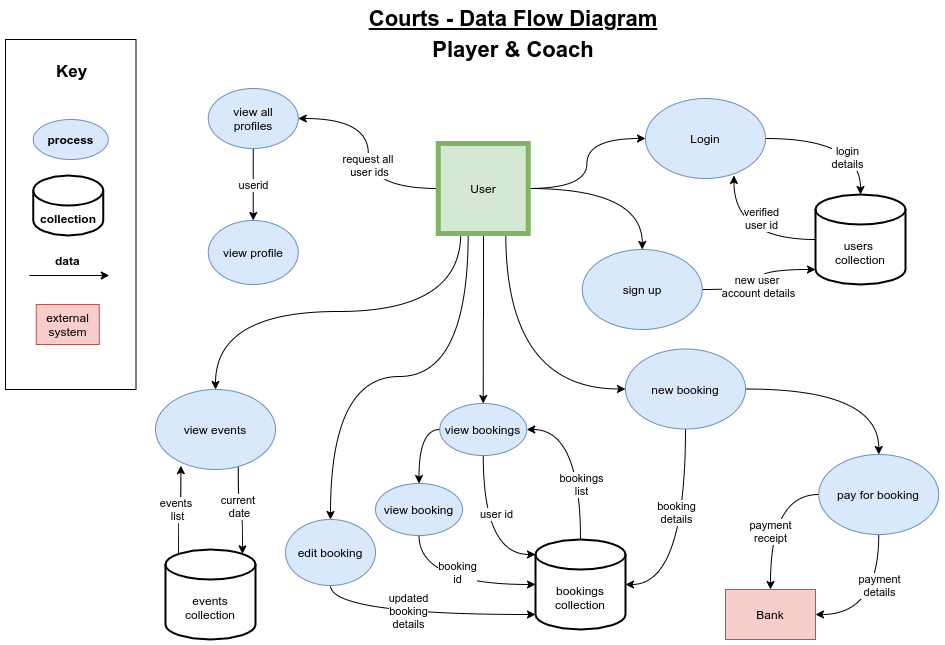
TEAM-HL/T3A2-A keeps this draw.io diagram as docs/diagrams/DataFlowDiagram_player_coach.png. Above is the earlier version. Source tidied: cells renumbered, new cells last; positions are measured from the earlier drawing's top-left corner, leaving out a move shared by most shapes.
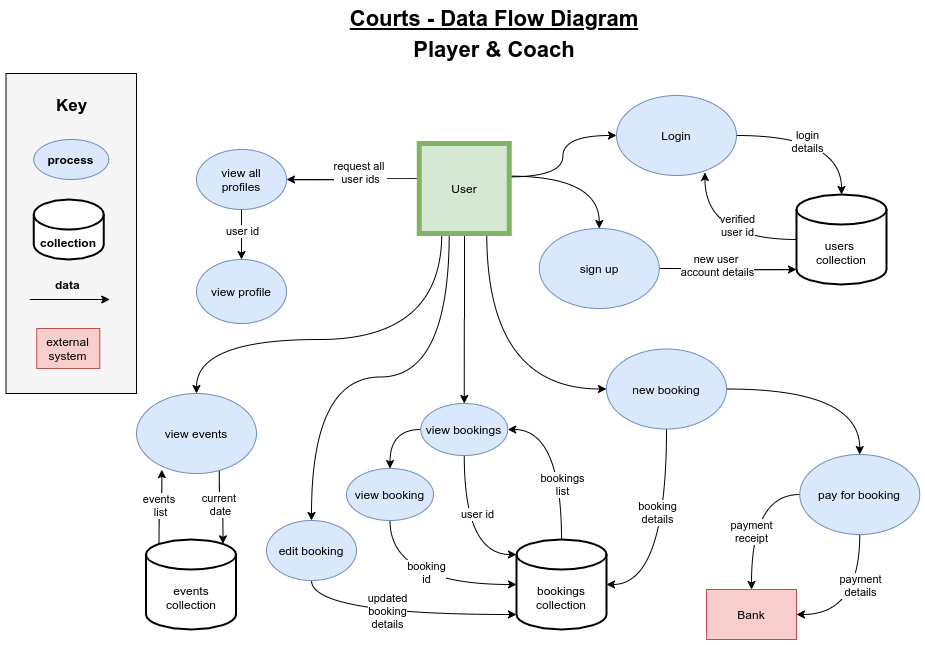
Later version of the same file.

Commit message:
added functionality. minor changes to diagrams

What changed in the source:
```diff
@@ -2,17 +2,22 @@
   <root>
     <mxCell id="0" />
     <mxCell id="1" parent="0" />
-    <mxCell id="2" style="rounded=0;whiteSpace=wrap;html=1;" parent="1" vertex="1">
-      <mxGeometry y="31" width="130.5" height="350" as="geometry" />
+    <mxCell id="2" style="rounded=0;whiteSpace=wrap;html=1;fillColor=#f5f5f5;" parent="1" vertex="1">
+      <mxGeometry x="19.5" y="65" width="130.5" height="320" as="geometry" />
     </mxCell>
-    <mxCell id="3" style="edgeStyle=orthogonalEdgeStyle;jettySize=auto;html=1;curved=1;" parent="1" edge="1" source="11" target="14">
+    <mxCell id="3" style="edgeStyle=orthogonalEdgeStyle;jettySize=auto;html=1;curved=1;exitX=0.99;exitY=0.371;exitDx=0;exitDy=0;exitPerimeter=0;" parent="1" edge="1" source="11" target="14">
       <mxGeometry relative="1" as="geometry" />
     </mxCell>
-    <mxCell id="4" style="edgeStyle=orthogonalEdgeStyle;curved=1;jettySize=auto;html=1;entryX=0.5;entryY=0;entryDx=0;entryDy=0;" parent="1" edge="1" source="11" target="27">
+    <mxCell id="4" style="edgeStyle=orthogonalEdgeStyle;curved=1;jettySize=auto;html=1;entryX=0.5;entryY=0;entryDx=0;entryDy=0;exitX=0.99;exitY=0.362;exitDx=0;exitDy=0;exitPerimeter=0;" parent="1" edge="1" source="11" target="27">
       <mxGeometry relative="1" as="geometry" />
     </mxCell>
     <mxCell id="5" style="edgeStyle=orthogonalEdgeStyle;curved=1;jettySize=auto;html=1;exitX=0.25;exitY=1;exitDx=0;exitDy=0;" parent="1" edge="1" source="11" target="32">
-      <mxGeometry relative="1" as="geometry" />
+      <mxGeometry relative="1" as="geometry">
+        <Array as="points">
+          <mxPoint x="455" y="331" />
+          <mxPoint x="210" y="331" />
+        </Array>
+      </mxGeometry>
     </mxCell>
     <mxCell id="6" style="edgeStyle=orthogonalEdgeStyle;curved=1;jettySize=auto;html=1;exitX=0.75;exitY=1;exitDx=0;exitDy=0;entryX=0;entryY=0.5;entryDx=0;entryDy=0;" parent="1" edge="1" source="11" target="54">
       <mxGeometry relative="1" as="geometry" />
@@ -25,11 +30,13 @@
         <mxPoint x="478" y="226" as="sourcePoint" />
       </mxGeometry>
     </mxCell>
-    <mxCell id="9" style="edgeStyle=orthogonalEdgeStyle;curved=1;jettySize=auto;html=1;entryX=1;entryY=0.5;entryDx=0;entryDy=0;startArrow=none;startFill=0;endArrow=classic;endFill=1;" parent="1" edge="1" source="11" target="60">
+    <mxCell id="9" style="edgeStyle=orthogonalEdgeStyle;curved=1;jettySize=auto;html=1;entryX=1;entryY=0.5;entryDx=0;entryDy=0;startArrow=none;startFill=0;endArrow=classic;endFill=1;exitX=-0.005;exitY=0.391;exitDx=0;exitDy=0;exitPerimeter=0;" parent="1" edge="1" source="11" target="60">
       <mxGeometry relative="1" as="geometry" />
     </mxCell>
     <mxCell id="10" value="request all &lt;br&gt;user ids" style="edgeLabel;html=1;align=center;verticalAlign=middle;" parent="9" vertex="1">
-      <mxGeometry x="-0.11" y="-1" relative="1" as="geometry" />
+      <mxGeometry x="-0.11" y="-1" relative="1" as="geometry">
+        <mxPoint y="-6" as="offset" />
+      </mxGeometry>
     </mxCell>
     <mxCell id="11" value="User" style="whiteSpace=wrap;html=1;fillColor=#d5e8d4;strokeColor=#82b366;strokeWidth=5;" parent="1" vertex="1">
       <mxGeometry x="432.8" y="135" width="90" height="90" as="geometry" />
@@ -38,10 +45,12 @@
       <mxGeometry relative="1" as="geometry" />
     </mxCell>
     <mxCell id="13" value="login&lt;br&gt;details" style="edgeLabel;html=1;align=center;verticalAlign=middle;" parent="12" vertex="1">
-      <mxGeometry x="0.5" y="-14" relative="1" as="geometry" />
+      <mxGeometry x="0.5" y="-14" relative="1" as="geometry">
+        <mxPoint x="-21" y="-13" as="offset" />
+      </mxGeometry>
     </mxCell>
     <mxCell id="14" value="Login" style="ellipse;whiteSpace=wrap;html=1;fillColor=#dae8fc;strokeColor=#6c8ebf;" parent="1" vertex="1">
-      <mxGeometry x="640" y="90" width="120" height="80" as="geometry" />
+      <mxGeometry x="630" y="87" width="120" height="80" as="geometry" />
     </mxCell>
     <mxCell id="15" value="Bank" style="rounded=0;whiteSpace=wrap;html=1;fillColor=#f8cecc;strokeColor=#b85450;" parent="1" vertex="1">
       <mxGeometry x="720" y="581" width="90" height="50" as="geometry" />
@@ -82,7 +91,7 @@
       <mxGeometry x="-0.16" y="4" relative="1" as="geometry" />
     </mxCell>
     <mxCell id="27" value="sign up" style="ellipse;whiteSpace=wrap;html=1;fillColor=#dae8fc;strokeColor=#6c8ebf;" parent="1" vertex="1">
-      <mxGeometry x="576.8" y="241" width="120" height="80" as="geometry" />
+      <mxGeometry x="552.8" y="220" width="120" height="80" as="geometry" />
     </mxCell>
     <mxCell id="28" style="edgeStyle=orthogonalEdgeStyle;curved=1;jettySize=auto;html=1;exitX=0.211;exitY=0.952;exitDx=0;exitDy=0;entryX=0.145;entryY=0;entryDx=0;entryDy=4.35;entryPerimeter=0;startArrow=classic;startFill=1;endArrow=none;endFill=0;exitPerimeter=0;" parent="1" edge="1" source="32" target="34">
       <mxGeometry relative="1" as="geometry" />
@@ -97,7 +106,7 @@
       <mxGeometry x="-0.14" y="1" relative="1" as="geometry" />
     </mxCell>
     <mxCell id="32" value="view events" style="ellipse;whiteSpace=wrap;html=1;fillColor=#dae8fc;strokeColor=#6c8ebf;" parent="1" vertex="1">
-      <mxGeometry x="150" y="381" width="120" height="80" as="geometry" />
+      <mxGeometry x="150" y="385" width="120" height="80" as="geometry" />
     </mxCell>
     <mxCell id="33" style="edgeStyle=orthogonalEdgeStyle;curved=1;orthogonalLoop=1;jettySize=auto;html=1;exitX=0.5;exitY=1;exitDx=0;exitDy=0;startArrow=none;startFill=0;endArrow=classic;endFill=1;" parent="1" edge="1">
       <mxGeometry relative="1" as="geometry">
@@ -106,7 +115,7 @@
       </mxGeometry>
     </mxCell>
     <mxCell id="34" value="events collection" style="shape=cylinder3;whiteSpace=wrap;html=1;boundedLbl=1;backgroundOutline=1;size=15;strokeWidth=2;gradientColor=none;" parent="1" vertex="1">
-      <mxGeometry x="160" y="541" width="90" height="90" as="geometry" />
+      <mxGeometry x="159.5" y="531" width="90" height="90" as="geometry" />
     </mxCell>
     <mxCell id="35" style="edgeStyle=orthogonalEdgeStyle;curved=1;jettySize=auto;html=1;exitX=0.5;exitY=1;exitDx=0;exitDy=0;entryX=0;entryY=1;entryDx=0;entryDy=-15;entryPerimeter=0;startArrow=none;startFill=0;endArrow=classic;endFill=1;" parent="1" edge="1" source="37" target="51">
       <mxGeometry relative="1" as="geometry" />
@@ -115,25 +124,25 @@
       <mxGeometry x="-0.09" y="4" relative="1" as="geometry" />
     </mxCell>
     <mxCell id="37" value="edit booking" style="ellipse;whiteSpace=wrap;html=1;fillColor=#dae8fc;strokeColor=#6c8ebf;" parent="1" vertex="1">
-      <mxGeometry x="280" y="511" width="90" height="66" as="geometry" />
+      <mxGeometry x="280" y="512" width="90" height="60" as="geometry" />
     </mxCell>
     <mxCell id="38" value="&lt;h1&gt;&lt;font style=&quot;font-size: 17px&quot;&gt;Key&lt;/font&gt;&lt;/h1&gt;" style="text;html=1;strokeColor=none;fillColor=none;spacing=5;spacingTop=-20;whiteSpace=wrap;overflow=hidden;rounded=0;align=center;" parent="1" vertex="1">
-      <mxGeometry x="38.8" y="41" width="55" height="50" as="geometry" />
+      <mxGeometry x="58.2" y="75" width="55" height="50" as="geometry" />
     </mxCell>
     <mxCell id="39" value="process" style="ellipse;whiteSpace=wrap;html=1;fillColor=#dae8fc;strokeColor=#6c8ebf;fontStyle=1;" parent="1" vertex="1">
-      <mxGeometry x="27.8" y="111" width="75" height="40" as="geometry" />
+      <mxGeometry x="47.2" y="131" width="75" height="40" as="geometry" />
     </mxCell>
     <mxCell id="40" value="collection" style="shape=cylinder3;whiteSpace=wrap;html=1;boundedLbl=1;backgroundOutline=1;size=15;strokeWidth=2;gradientColor=none;fontStyle=1;" parent="1" vertex="1">
-      <mxGeometry x="27.8" y="167" width="70" height="60" as="geometry" />
+      <mxGeometry x="47.2" y="191" width="70" height="60" as="geometry" />
     </mxCell>
     <mxCell id="41" style="endArrow=classic;html=1;" parent="1" edge="1">
       <mxGeometry relative="1" as="geometry">
-        <mxPoint x="23.8" y="267" as="sourcePoint" />
-        <mxPoint x="103.8" y="267" as="targetPoint" />
+        <mxPoint x="43.2" y="291" as="sourcePoint" />
+        <mxPoint x="123.2" y="291" as="targetPoint" />
       </mxGeometry>
     </mxCell>
     <mxCell id="42" value="data&amp;nbsp;" style="text;html=1;strokeColor=none;fillColor=none;align=center;verticalAlign=middle;whiteSpace=wrap;rounded=0;fontStyle=1;" parent="1" vertex="1">
-      <mxGeometry x="43.8" y="242" width="40" height="20" as="geometry" />
+      <mxGeometry x="63.2" y="266" width="40" height="20" as="geometry" />
     </mxCell>
     <mxCell id="43" value="&lt;font size=&quot;1&quot;&gt;&lt;b style=&quot;font-size: 22px&quot;&gt;Courts - Data Flow Diagram&lt;/b&gt;&lt;/font&gt;" style="text;html=1;strokeColor=none;fillColor=none;align=center;verticalAlign=middle;whiteSpace=wrap;rounded=0;fontStyle=4;" parent="1" vertex="1">
       <mxGeometry x="342.8" width="330" height="20" as="geometry" />
@@ -142,7 +151,9 @@
       <mxGeometry relative="1" as="geometry" />
     </mxCell>
     <mxCell id="45" value="verified&lt;br&gt;user id" style="edgeLabel;html=1;align=center;verticalAlign=middle;" parent="44" vertex="1">
-      <mxGeometry x="-0.25" y="-22" relative="1" as="geometry" />
+      <mxGeometry x="-0.25" y="-22" relative="1" as="geometry">
+        <mxPoint y="7" as="offset" />
+      </mxGeometry>
     </mxCell>
     <mxCell id="46" value="users &lt;br&gt;collection" style="shape=cylinder3;whiteSpace=wrap;html=1;boundedLbl=1;backgroundOutline=1;size=15;strokeWidth=2;gradientColor=none;" parent="1" vertex="1">
       <mxGeometry x="810" y="186" width="90" height="90" as="geometry" />
@@ -165,7 +176,7 @@
       <mxGeometry x="530" y="531" width="90" height="90" as="geometry" />
     </mxCell>
     <mxCell id="52" value="external system" style="rounded=0;whiteSpace=wrap;html=1;fillColor=#f8cecc;strokeColor=#b85450;" parent="1" vertex="1">
-      <mxGeometry x="30.8" y="296" width="63" height="40" as="geometry" />
+      <mxGeometry x="50.2" y="320" width="63" height="40" as="geometry" />
     </mxCell>
     <mxCell id="53" style="edgeStyle=orthogonalEdgeStyle;curved=1;jettySize=auto;html=1;exitX=1;exitY=0.5;exitDx=0;exitDy=0;startArrow=none;startFill=0;endArrow=classic;endFill=1;" parent="1" edge="1" source="54" target="20">
       <mxGeometry relative="1" as="geometry" />
@@ -180,21 +191,21 @@
       <mxGeometry x="0.05" y="13" relative="1" as="geometry" />
     </mxCell>
     <mxCell id="57" value="view booking" style="ellipse;whiteSpace=wrap;html=1;fillColor=#dae8fc;strokeColor=#6c8ebf;" parent="1" vertex="1">
-      <mxGeometry x="370" y="475" width="87" height="52" as="geometry" />
+      <mxGeometry x="360" y="460" width="87" height="52" as="geometry" />
     </mxCell>
     <mxCell id="58" style="edgeStyle=orthogonalEdgeStyle;curved=1;jettySize=auto;html=1;startArrow=none;startFill=0;endArrow=classic;endFill=1;" parent="1" edge="1" source="60" target="61">
       <mxGeometry relative="1" as="geometry" />
     </mxCell>
-    <mxCell id="59" value="userid" style="edgeLabel;html=1;align=center;verticalAlign=middle;" parent="58" vertex="1">
+    <mxCell id="59" value="user id" style="edgeLabel;html=1;align=center;verticalAlign=middle;" parent="58" vertex="1">
       <mxGeometry x="-0.24" y="-4" relative="1" as="geometry">
-        <mxPoint x="4" y="9" as="offset" />
+        <mxPoint x="4" y="2" as="offset" />
       </mxGeometry>
     </mxCell>
     <mxCell id="60" value="view all&lt;br&gt;profiles" style="ellipse;whiteSpace=wrap;html=1;fillColor=#dae8fc;strokeColor=#6c8ebf;" parent="1" vertex="1">
-      <mxGeometry x="202.8" y="80" width="90" height="60" as="geometry" />
+      <mxGeometry x="210" y="141" width="90" height="60" as="geometry" />
     </mxCell>
     <mxCell id="61" value="view profile" style="ellipse;whiteSpace=wrap;html=1;fillColor=#dae8fc;strokeColor=#6c8ebf;" parent="1" vertex="1">
-      <mxGeometry x="202.8" y="212" width="90" height="64" as="geometry" />
+      <mxGeometry x="210" y="251" width="90" height="64" as="geometry" />
     </mxCell>
     <mxCell id="62" value="&lt;font size=&quot;1&quot;&gt;&lt;b style=&quot;font-size: 22px&quot;&gt;Player &amp;amp; Coach&lt;/b&gt;&lt;/font&gt;" style="text;html=1;strokeColor=none;fillColor=none;align=center;verticalAlign=middle;whiteSpace=wrap;rounded=0;fontStyle=0;" parent="1" vertex="1">
       <mxGeometry x="342.8" y="31" width="330" height="20" as="geometry" />
```
